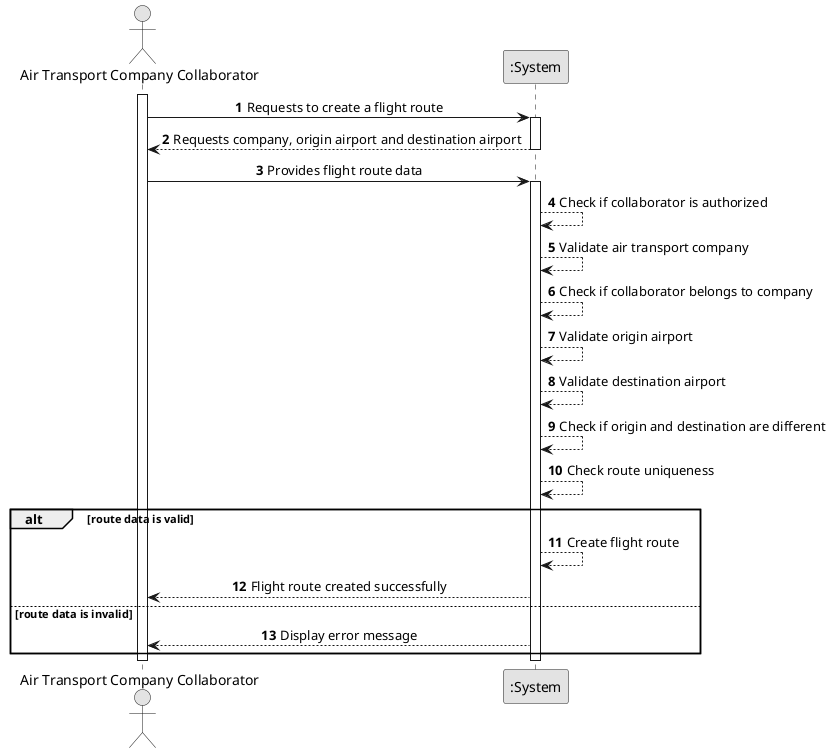
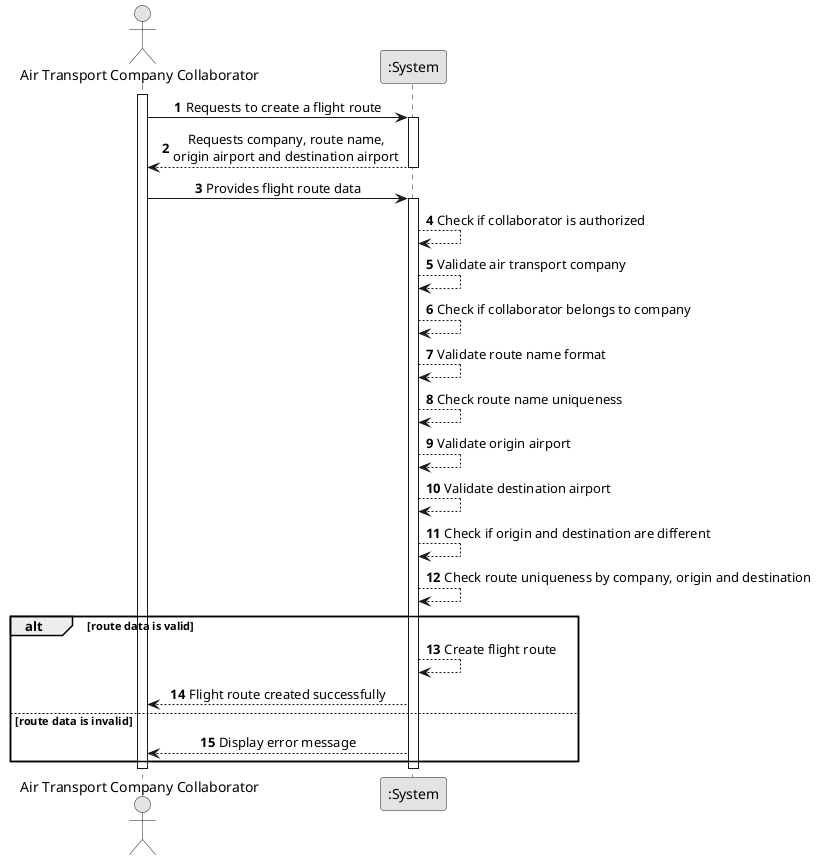
@startuml
skinparam monochrome true
skinparam packageStyle rectangle
skinparam shadowing false
skinparam sequenceMessageAlign center
autonumber

actor "Air Transport Company Collaborator" as ATCC
participant ":System" as System

activate ATCC

ATCC -> System : Requests to create a flight route

activate System
- System --> ATCC : Requests company, origin airport and destination airport
+ System --> ATCC : Requests company, route name,\norigin airport and destination airport
deactivate System

ATCC -> System : Provides flight route data

activate System
System --> System : Check if collaborator is authorized
System --> System : Validate air transport company
System --> System : Check if collaborator belongs to company
+ System --> System : Validate route name format
+ System --> System : Check route name uniqueness
System --> System : Validate origin airport
System --> System : Validate destination airport
System --> System : Check if origin and destination are different
- System --> System : Check route uniqueness
+ System --> System : Check route uniqueness by company, origin and destination

alt route data is valid
    System --> System : Create flight route
    System --> ATCC : Flight route created successfully
else route data is invalid
    System --> ATCC : Display error message
end

deactivate System
deactivate ATCC

@enduml